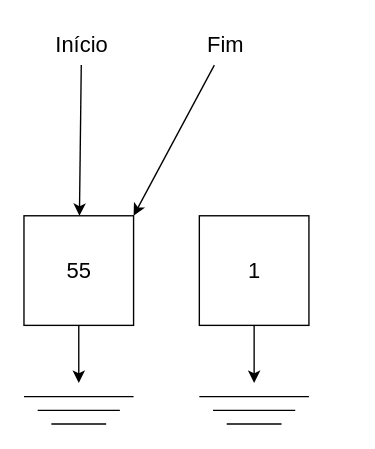
The draw.io diagram page "7" (7 of 16) of Fila.drawio in Lucas-Henrique-Lopes-Costa/estrutura-de-dados, before the edit. Source tidied: cells renumbered, new cells numbered last; positions are measured from the earlier drawing's top-left corner, leaving out a move shared by most shapes. Both pictures are drawn from the tidied source at 137%, with x=0, y=0 at pixel (23, 23).
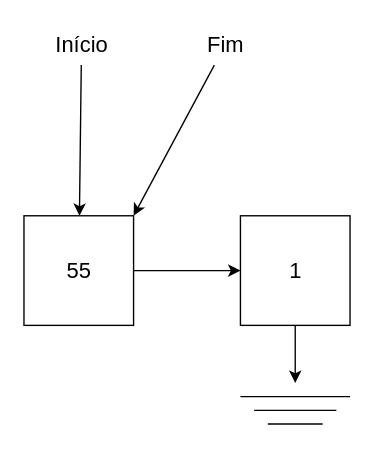
Above is the later version.

The change refers to these unchanged cells:
```xml
<mxCell id="7" style="whiteSpace=wrap;html=1;" parent="6" vertex="1">
  <mxGeometry width="80" height="80" as="geometry" />
</mxCell>
<mxCell id="15" style="whiteSpace=wrap;html=1;" parent="14" vertex="1">
  <mxGeometry width="80" height="80" as="geometry" />
</mxCell>
```

Diff of the diagram source:
```diff
@@
-    <mxCell id="9" style="endArrow=classic;html=1;rounded=0;exitX=0.5;exitY=1;exitDx=0;exitDy=0;" parent="1" edge="1" source="7">
-      <mxGeometry relative="1" as="geometry">
-        <mxPoint x="40" y="262" as="targetPoint" />
-      </mxGeometry>
-    </mxCell>
-    <mxCell id="10" style="group;" parent="1" vertex="1">
-      <mxGeometry y="272" width="80" height="20" as="geometry" />
-    </mxCell>
-    <mxCell id="11" style="endArrow=none;html=1;rounded=0;" parent="10" edge="1">
-      <mxGeometry relative="1" as="geometry">
-        <mxPoint as="sourcePoint" />
-        <mxPoint x="80" as="targetPoint" />
-      </mxGeometry>
-    </mxCell>
-    <mxCell id="12" style="endArrow=none;html=1;rounded=0;" parent="10" edge="1">
-      <mxGeometry relative="1" as="geometry">
-        <mxPoint x="10" y="10" as="sourcePoint" />
-        <mxPoint x="70" y="10" as="targetPoint" />
-      </mxGeometry>
-    </mxCell>
-    <mxCell id="13" style="endArrow=none;html=1;rounded=0;" parent="10" edge="1">
-      <mxGeometry relative="1" as="geometry">
-        <mxPoint x="20" y="20" as="sourcePoint" />
-        <mxPoint x="60" y="20" as="targetPoint" />
-      </mxGeometry>
-    </mxCell>
     <mxCell id="14" style="group;" parent="1" vertex="1">
-      <mxGeometry x="128" y="140" width="80" height="80" as="geometry" />
+      <mxGeometry x="158" y="140" width="80" height="80" as="geometry" />
     </mxCell>
@@
     <mxCell id="17" style="endArrow=classic;html=1;rounded=0;exitX=0.5;exitY=1;exitDx=0;exitDy=0;" parent="1" edge="1" source="15">
       <mxGeometry relative="1" as="geometry">
-        <mxPoint x="168" y="262" as="targetPoint" />
+        <mxPoint x="198" y="262" as="targetPoint" />
       </mxGeometry>
     </mxCell>
     <mxCell id="18" style="group;" parent="1" vertex="1">
-      <mxGeometry x="128" y="272" width="80" height="20" as="geometry" />
+      <mxGeometry x="158" y="272" width="80" height="20" as="geometry" />
     </mxCell>
@@
+    <mxCell id="22" style="edgeStyle=orthogonalEdgeStyle;rounded=0;jettySize=auto;html=1;entryX=0;entryY=0.5;entryDx=0;entryDy=0;" parent="1" edge="1" source="7" target="15">
+      <mxGeometry relative="1" as="geometry" />
+    </mxCell>
```
